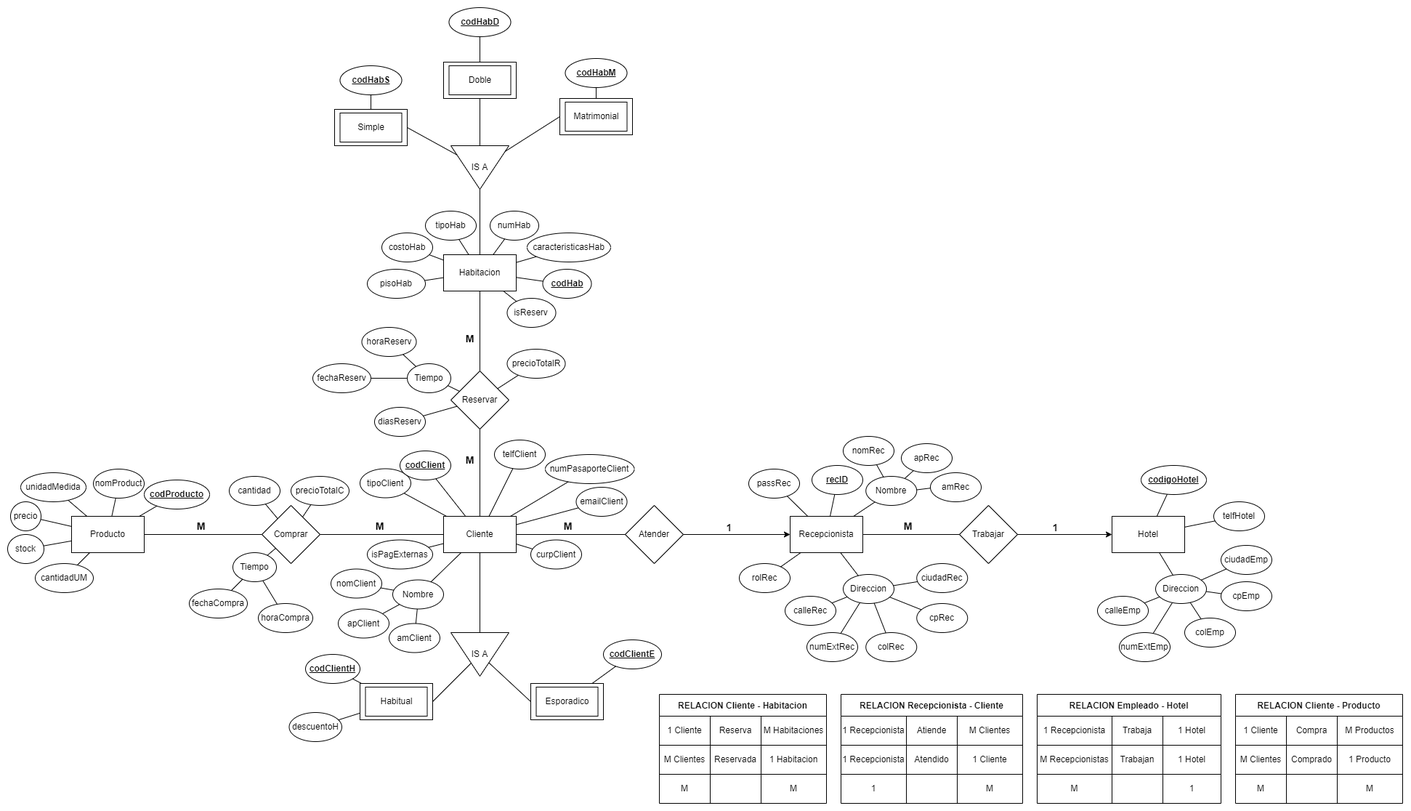
Above: diagrams/db_Hotel.png in AngelDavidLA03/Reserva-Hotel (draw.io), before the change. Source tidied: cells renumbered, new cells last; positions are measured from the earlier drawing's top-left corner, leaving out a move shared by most shapes.
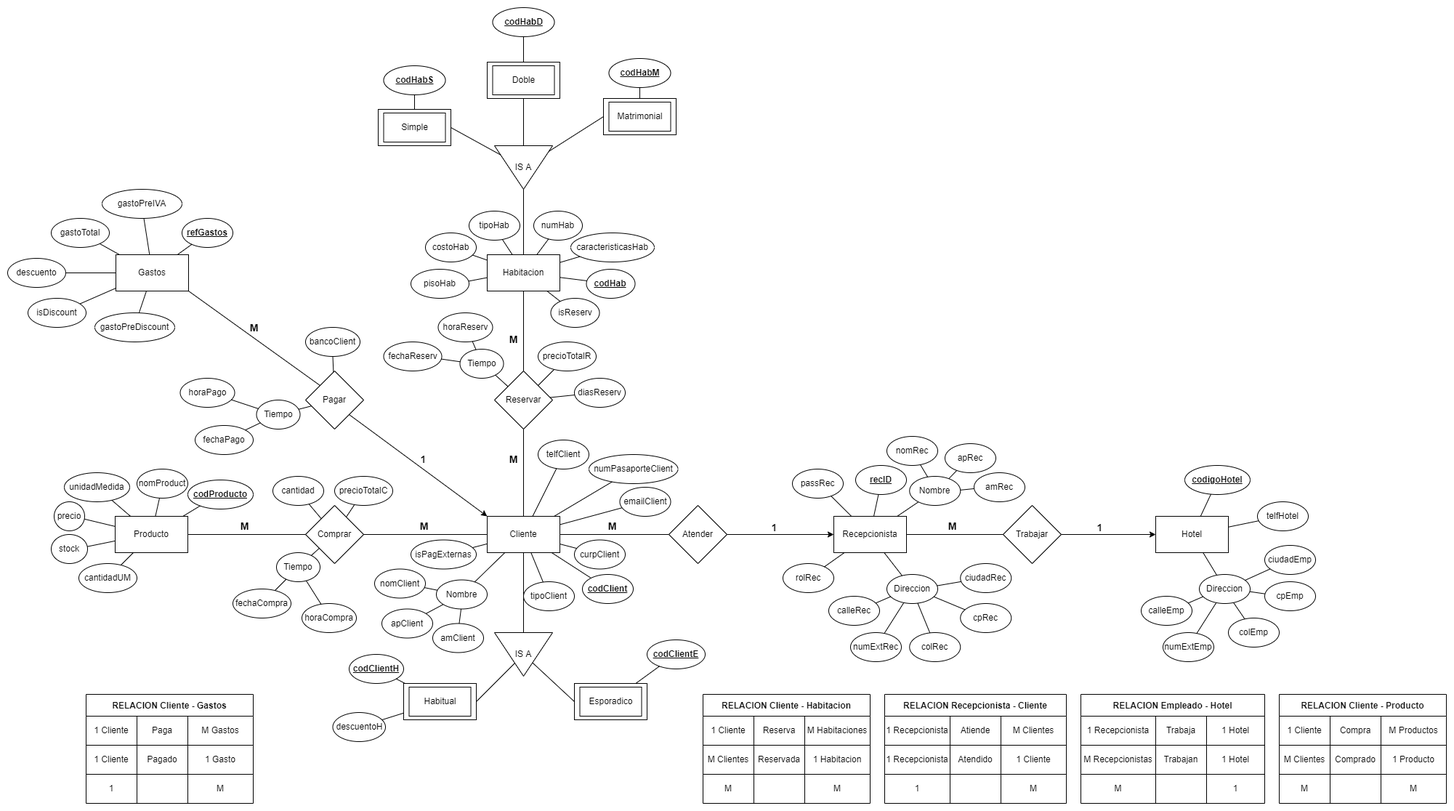
After the change.

What changed in the source:
```diff
@@ -94,7 +94,7 @@
       <mxGeometry x="600" y="700" width="100" height="50" as="geometry" />
     </mxCell>
     <mxCell id="31" value="&lt;span&gt;&lt;span&gt;tipoClient&lt;/span&gt;&lt;/span&gt;" style="ellipse;whiteSpace=wrap;html=1;fontStyle=0;" parent="1" vertex="1">
-      <mxGeometry x="485" y="634.5" width="70" height="40" as="geometry" />
+      <mxGeometry x="650" y="790" width="70" height="40" as="geometry" />
     </mxCell>
     <mxCell id="32" value="&lt;span&gt;&lt;span&gt;Nombre&lt;/span&gt;&lt;/span&gt;" style="ellipse;whiteSpace=wrap;html=1;fontStyle=0;" parent="1" vertex="1">
       <mxGeometry x="530" y="787.5" width="70" height="40" as="geometry" />
@@ -139,16 +139,16 @@
       <mxGeometry relative="1" as="geometry" />
     </mxCell>
     <mxCell id="46" value="&lt;span&gt;&lt;span&gt;&lt;b&gt;&lt;u&gt;codClient&lt;/u&gt;&lt;/b&gt;&lt;/span&gt;&lt;/span&gt;" style="ellipse;whiteSpace=wrap;html=1;fontStyle=0;" parent="1" vertex="1">
-      <mxGeometry x="540" y="610" width="70" height="40" as="geometry" />
+      <mxGeometry x="731" y="780" width="70" height="40" as="geometry" />
     </mxCell>
     <mxCell id="47" value="Tiempo" style="ellipse;whiteSpace=wrap;html=1;fontStyle=0;" parent="1" vertex="1">
-      <mxGeometry x="550" y="490" width="60" height="40" as="geometry" />
+      <mxGeometry x="562.5" y="470" width="60" height="40" as="geometry" />
     </mxCell>
     <mxCell id="48" value="horaReserv" style="ellipse;whiteSpace=wrap;html=1;fontStyle=0;" parent="1" vertex="1">
-      <mxGeometry x="487.5" y="440" width="75" height="40" as="geometry" />
+      <mxGeometry x="532.5" y="420" width="75" height="40" as="geometry" />
     </mxCell>
     <mxCell id="49" value="fechaReserv" style="ellipse;whiteSpace=wrap;html=1;fontStyle=0;" parent="1" vertex="1">
-      <mxGeometry x="420" y="490" width="80" height="40" as="geometry" />
+      <mxGeometry x="457.5" y="460" width="80" height="40" as="geometry" />
     </mxCell>
     <mxCell id="50" style="endArrow=none;html=1;rounded=0;" parent="1" edge="1" source="48" target="47">
       <mxGeometry relative="1" as="geometry" />
@@ -211,7 +211,7 @@
       <mxGeometry x="610" y="860" width="80" height="60" as="geometry" />
     </mxCell>
     <mxCell id="70" value="diasReserv" style="ellipse;whiteSpace=wrap;html=1;" parent="1" vertex="1">
-      <mxGeometry x="505" y="550" width="70" height="40" as="geometry" />
+      <mxGeometry x="720" y="510" width="70" height="40" as="geometry" />
     </mxCell>
     <mxCell id="71" style="endArrow=none;html=1;rounded=0;" parent="1" edge="1" source="70" target="6">
       <mxGeometry relative="1" as="geometry" />
@@ -658,7 +658,7 @@
       <mxGeometry relative="1" as="geometry" />
     </mxCell>
     <mxCell id="215" value="&lt;span&gt;&lt;span&gt;precioTotalR&lt;/span&gt;&lt;/span&gt;" style="ellipse;whiteSpace=wrap;html=1;fontStyle=0;" parent="1" vertex="1">
-      <mxGeometry x="687.5" y="470" width="80" height="40" as="geometry" />
+      <mxGeometry x="670" y="460" width="80" height="40" as="geometry" />
     </mxCell>
     <mxCell id="216" style="endArrow=none;html=1;rounded=0;" parent="1" edge="1" source="6" target="215">
       <mxGeometry relative="1" as="geometry" />
@@ -693,5 +693,126 @@
     <mxCell id="226" style="endArrow=none;html=1;rounded=0;" parent="1" edge="1" source="225" target="3">
       <mxGeometry relative="1" as="geometry" />
     </mxCell>
+    <mxCell id="227" value="Pagar" style="rhombus;whiteSpace=wrap;html=1;" parent="1" vertex="1">
+      <mxGeometry x="350" y="500" width="80" height="80" as="geometry" />
+    </mxCell>
+    <mxCell id="228" value="Gastos" style="whiteSpace=wrap;html=1;" parent="1" vertex="1">
+      <mxGeometry x="89" y="340" width="100" height="50" as="geometry" />
+    </mxCell>
+    <mxCell id="229" value="RELACION Cliente - Gastos" style="shape=table;startSize=30;fontStyle=1;align=center;" parent="1" vertex="1">
+      <mxGeometry x="48" y="945" width="230" height="150" as="geometry" />
+    </mxCell>
+    <mxCell id="230" style="shape=tableRow;horizontal=0;startSize=0;swimlaneHead=0;swimlaneBody=0;top=0;left=0;bottom=0;right=0;fillColor=none;" parent="229" vertex="1">
+      <mxGeometry y="30" width="230" height="40" as="geometry" />
+    </mxCell>
+    <mxCell id="231" value="1 Cliente" style="shape=partialRectangle;html=1;whiteSpace=wrap;fillColor=none;top=0;left=0;bottom=0;right=0;overflow=hidden;" parent="230" vertex="1">
+      <mxGeometry width="70" height="40" as="geometry" />
+    </mxCell>
+    <mxCell id="232" value="Paga" style="shape=partialRectangle;html=1;whiteSpace=wrap;fillColor=none;top=0;left=0;bottom=0;right=0;overflow=hidden;" parent="230" vertex="1">
+      <mxGeometry x="70" width="70" height="40" as="geometry" />
+    </mxCell>
+    <mxCell id="233" value="M Gastos" style="shape=partialRectangle;html=1;whiteSpace=wrap;fillColor=none;top=0;left=0;bottom=0;right=0;overflow=hidden;" parent="230" vertex="1">
+      <mxGeometry x="140" width="90" height="40" as="geometry" />
+    </mxCell>
+    <mxCell id="234" style="shape=tableRow;horizontal=0;startSize=0;swimlaneHead=0;swimlaneBody=0;top=0;left=0;bottom=0;right=0;fillColor=none;" parent="229" vertex="1">
+      <mxGeometry y="70" width="230" height="40" as="geometry" />
+    </mxCell>
+    <mxCell id="235" value="1 Cliente" style="shape=partialRectangle;html=1;whiteSpace=wrap;fillColor=none;top=0;left=0;bottom=0;right=0;overflow=hidden;" parent="234" vertex="1">
+      <mxGeometry width="70" height="40" as="geometry" />
+    </mxCell>
+    <mxCell id="236" value="Pagado" style="shape=partialRectangle;html=1;whiteSpace=wrap;fillColor=none;top=0;left=0;bottom=0;right=0;overflow=hidden;" parent="234" vertex="1">
+      <mxGeometry x="70" width="70" height="40" as="geometry" />
+    </mxCell>
+    <mxCell id="237" value="1 Gasto" style="shape=partialRectangle;html=1;whiteSpace=wrap;fillColor=none;top=0;left=0;bottom=0;right=0;overflow=hidden;" parent="234" vertex="1">
+      <mxGeometry x="140" width="90" height="40" as="geometry" />
+    </mxCell>
+    <mxCell id="238" style="shape=tableRow;horizontal=0;startSize=0;swimlaneHead=0;swimlaneBody=0;top=0;left=0;bottom=0;right=0;fillColor=none;" parent="229" vertex="1">
+      <mxGeometry y="110" width="230" height="40" as="geometry" />
+    </mxCell>
+    <mxCell id="239" value="1" style="shape=partialRectangle;html=1;whiteSpace=wrap;fillColor=none;top=0;left=0;bottom=0;right=0;overflow=hidden;" parent="238" vertex="1">
+      <mxGeometry width="70" height="40" as="geometry" />
+    </mxCell>
+    <mxCell id="240" style="shape=partialRectangle;html=1;whiteSpace=wrap;fillColor=none;top=0;left=0;bottom=0;right=0;overflow=hidden;" parent="238" vertex="1">
+      <mxGeometry x="70" width="70" height="40" as="geometry" />
+    </mxCell>
+    <mxCell id="241" value="M" style="shape=partialRectangle;html=1;whiteSpace=wrap;fillColor=none;top=0;left=0;bottom=0;right=0;overflow=hidden;" parent="238" vertex="1">
+      <mxGeometry x="140" width="90" height="40" as="geometry" />
+    </mxCell>
+    <mxCell id="242" style="endArrow=classic;html=1;rounded=0;exitX=1;exitY=1;exitDx=0;exitDy=0;entryX=0;entryY=0;entryDx=0;entryDy=0;" parent="1" edge="1" source="227" target="30">
+      <mxGeometry relative="1" as="geometry" />
+    </mxCell>
+    <mxCell id="243" value="&lt;b style=&quot;font-size: 14px;&quot;&gt;1&lt;/b&gt;" style="edgeLabel;html=1;align=center;verticalAlign=middle;fontSize=14;" parent="242" vertex="1">
+      <mxGeometry x="0.31" relative="1" as="geometry">
+        <mxPoint x="-24" y="-31" as="offset" />
+      </mxGeometry>
+    </mxCell>
+    <mxCell id="244" style="endArrow=none;html=1;rounded=0;entryX=0;entryY=0;entryDx=0;entryDy=0;exitX=1;exitY=1;exitDx=0;exitDy=0;" parent="1" edge="1" source="228" target="227">
+      <mxGeometry relative="1" as="geometry" />
+    </mxCell>
+    <mxCell id="245" value="&lt;b style=&quot;font-size: 14px;&quot;&gt;M&lt;/b&gt;" style="edgeLabel;html=1;align=center;verticalAlign=middle;fontSize=14;" parent="244" vertex="1">
+      <mxGeometry x="-0.12" y="-1" relative="1" as="geometry">
+        <mxPoint x="10" y="-8" as="offset" />
+      </mxGeometry>
+    </mxCell>
+    <mxCell id="246" value="&lt;span&gt;&lt;span&gt;&lt;b&gt;&lt;u&gt;refGastos&lt;/u&gt;&lt;/b&gt;&lt;/span&gt;&lt;/span&gt;" style="ellipse;whiteSpace=wrap;html=1;fontStyle=0;" parent="1" vertex="1">
+      <mxGeometry x="180" y="290" width="70" height="40" as="geometry" />
+    </mxCell>
+    <mxCell id="247" style="endArrow=none;html=1;rounded=0;" parent="1" edge="1" source="228" target="246">
+      <mxGeometry relative="1" as="geometry" />
+    </mxCell>
+    <mxCell id="248" value="gastoTotal" style="ellipse;whiteSpace=wrap;html=1;fontStyle=0;" parent="1" vertex="1">
+      <mxGeometry y="290" width="80" height="40" as="geometry" />
+    </mxCell>
+    <mxCell id="249" value="Tiempo" style="ellipse;whiteSpace=wrap;html=1;fontStyle=0;" parent="1" vertex="1">
+      <mxGeometry x="282.5" y="540" width="60" height="40" as="geometry" />
+    </mxCell>
+    <mxCell id="250" value="horaPago" style="ellipse;whiteSpace=wrap;html=1;fontStyle=0;" parent="1" vertex="1">
+      <mxGeometry x="177.5" y="510" width="75" height="40" as="geometry" />
+    </mxCell>
+    <mxCell id="251" value="fechaPago" style="ellipse;whiteSpace=wrap;html=1;fontStyle=0;" parent="1" vertex="1">
+      <mxGeometry x="198" y="575" width="80" height="40" as="geometry" />
+    </mxCell>
+    <mxCell id="252" style="endArrow=none;html=1;rounded=0;" parent="1" edge="1" source="251" target="249">
+      <mxGeometry relative="1" as="geometry" />
+    </mxCell>
+    <mxCell id="253" style="endArrow=none;html=1;rounded=0;" parent="1" edge="1" source="250" target="249">
+      <mxGeometry relative="1" as="geometry" />
+    </mxCell>
+    <mxCell id="254" value="descuento" style="ellipse;whiteSpace=wrap;html=1;fontStyle=0;" parent="1" vertex="1">
+      <mxGeometry x="-60" y="345" width="80" height="40" as="geometry" />
+    </mxCell>
+    <mxCell id="255" value="isDiscount" style="ellipse;whiteSpace=wrap;html=1;fontStyle=0;" parent="1" vertex="1">
+      <mxGeometry x="-32" y="400" width="80" height="40" as="geometry" />
+    </mxCell>
+    <mxCell id="256" value="bancoClient" style="ellipse;whiteSpace=wrap;html=1;fontStyle=0;" parent="1" vertex="1">
+      <mxGeometry x="350" y="440" width="75" height="40" as="geometry" />
+    </mxCell>
+    <mxCell id="257" style="endArrow=none;html=1;rounded=0;" parent="1" edge="1" source="227" target="249">
+      <mxGeometry relative="1" as="geometry" />
+    </mxCell>
+    <mxCell id="258" style="endArrow=none;html=1;rounded=0;" parent="1" edge="1" source="227" target="256">
+      <mxGeometry relative="1" as="geometry" />
+    </mxCell>
+    <mxCell id="259" style="endArrow=none;html=1;rounded=0;" parent="1" edge="1" source="248" target="228">
+      <mxGeometry relative="1" as="geometry" />
+    </mxCell>
+    <mxCell id="260" style="endArrow=none;html=1;rounded=0;" parent="1" edge="1" source="254" target="228">
+      <mxGeometry relative="1" as="geometry" />
+    </mxCell>
+    <mxCell id="261" style="endArrow=none;html=1;rounded=0;" parent="1" edge="1" source="255" target="228">
+      <mxGeometry relative="1" as="geometry" />
+    </mxCell>
+    <mxCell id="262" value="gastoPreDiscount" style="ellipse;whiteSpace=wrap;html=1;fontStyle=0;" parent="1" vertex="1">
+      <mxGeometry x="60" y="420" width="110" height="40" as="geometry" />
+    </mxCell>
+    <mxCell id="263" style="endArrow=none;html=1;rounded=0;" parent="1" edge="1" source="262" target="228">
+      <mxGeometry relative="1" as="geometry" />
+    </mxCell>
+    <mxCell id="264" value="gastoPreIVA" style="ellipse;whiteSpace=wrap;html=1;fontStyle=0;" parent="1" vertex="1">
+      <mxGeometry x="70" y="250" width="110" height="40" as="geometry" />
+    </mxCell>
+    <mxCell id="265" style="endArrow=none;html=1;rounded=0;" parent="1" edge="1" source="264" target="228">
+      <mxGeometry relative="1" as="geometry" />
+    </mxCell>
   </root>
 </mxGraphModel>
```
